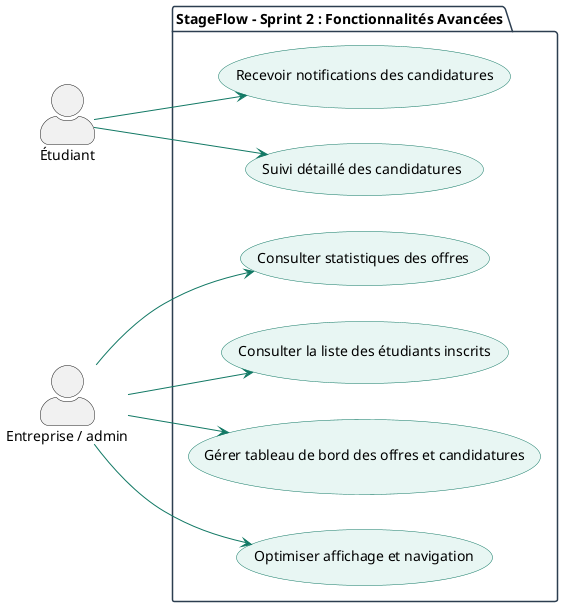
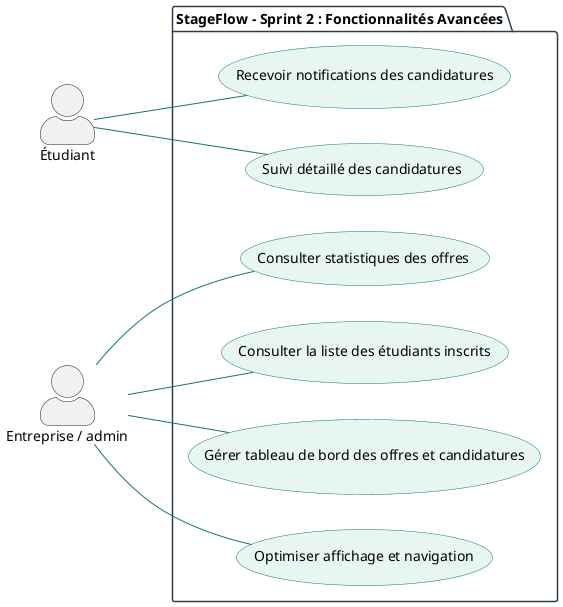
@startuml StageFlow_Cas_Utilisation_Sprint2
skinparam actorStyle awesome
left to right direction

skinparam package {
    BackgroundColor White
    BorderColor #2C3E50
}

skinparam usecase {
    BackgroundColor #E8F6F3
    BorderColor #117864
    ArrowColor #117864
}

actor "Étudiant" as E
actor "Entreprise / admin" as Ent

package "StageFlow - Sprint 2 : Fonctionnalités Avancées" {

    ' ========================
    ' Espace Étudiant
    ' ========================

    usecase "Recevoir notifications des candidatures" as UC13
    usecase "Suivi détaillé des candidatures" as UC14

-     E --> UC13
-     E --> UC14
+     E -- UC13
+     E -- UC14

    ' ========================
    ' Espace Entreprise
    ' ========================

    usecase "Consulter statistiques des offres" as UC15
    usecase "Consulter la liste des étudiants inscrits" as UC16
    usecase "Gérer tableau de bord des offres et candidatures" as UC17
    usecase "Optimiser affichage et navigation" as UC18

-     Ent --> UC15
-     Ent --> UC16
-     Ent --> UC17
-     Ent --> UC18
+     Ent -- UC15
+     Ent -- UC16
+     Ent -- UC17
+     Ent -- UC18
}

@enduml